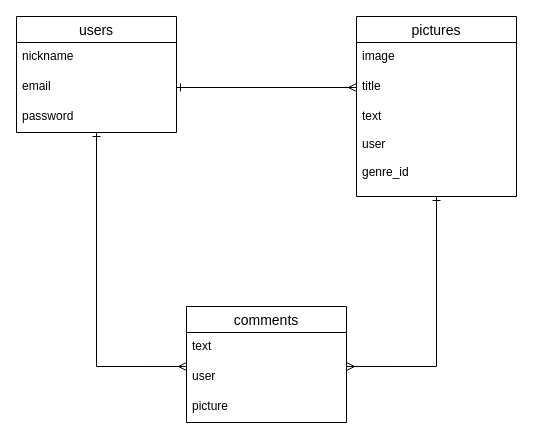
Earlier version of the draw.io diagram .dio (Hiroki-Sakurazawa/catch-22). Source tidied: cells renumbered, new cells numbered last; positions are measured from the earlier drawing's top-left corner, leaving out a move shared by most shapes. Both pictures are drawn from the tidied source at 100%, with x=0, y=0 at pixel (16, 16).
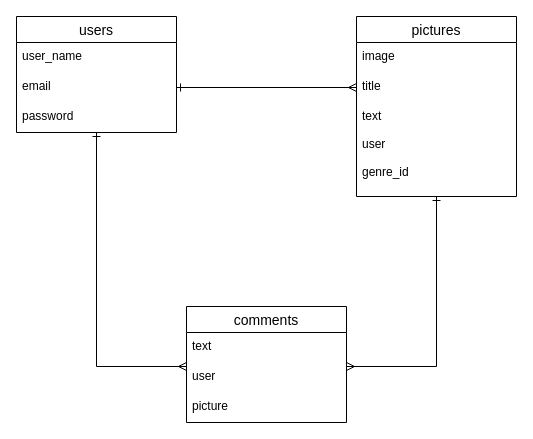
After the change.

Change to the diagram source:
```diff
@@
 <mxGraphModel>
   <root>
     <mxCell id="0" />
     <mxCell id="1" parent="0" />
     <mxCell id="2" style="edgeStyle=orthogonalEdgeStyle;rounded=0;jettySize=auto;html=1;entryX=0;entryY=0.133;entryDx=0;entryDy=0;entryPerimeter=0;startArrow=ERone;startFill=0;endArrow=ERmany;endFill=0;" parent="1" edge="1" source="3" target="14">
       <mxGeometry relative="1" as="geometry" />
     </mxCell>
     <mxCell id="3" value="users" style="swimlane;fontStyle=0;horizontal=1;startSize=26;align=center;fontSize=14;" parent="1" vertex="1">
       <mxGeometry width="160" height="116" as="geometry" />
     </mxCell>
-    <mxCell id="4" value="nickname" style="text;strokeColor=none;fillColor=none;spacingLeft=4;spacingRight=4;overflow=hidden;fontSize=12;" parent="3" vertex="1">
+    <mxCell id="4" value="user_name" style="text;strokeColor=none;fillColor=none;spacingLeft=4;spacingRight=4;overflow=hidden;fontSize=12;" parent="3" vertex="1">
       <mxGeometry y="26" width="160" height="30" as="geometry" />
     </mxCell>
     <mxCell id="5" value="email" style="text;strokeColor=none;fillColor=none;spacingLeft=4;spacingRight=4;overflow=hidden;points=[[0,0.5],[1,0.5]];portConstraint=eastwest;fontSize=12;" parent="3" vertex="1">
       <mxGeometry y="56" width="160" height="30" as="geometry" />
     </mxCell>
     <mxCell id="6" value="password" style="text;strokeColor=none;fillColor=none;spacingLeft=4;spacingRight=4;overflow=hidden;fontSize=12;" parent="3" vertex="1">
       <mxGeometry y="86" width="160" height="30" as="geometry" />
     </mxCell>
     <mxCell id="7" style="edgeStyle=orthogonalEdgeStyle;rounded=0;jettySize=auto;html=1;entryX=1;entryY=0.133;entryDx=0;entryDy=0;entryPerimeter=0;startArrow=ERone;startFill=0;endArrow=ERmany;endFill=0;" parent="1" edge="1" source="8" target="14">
       <mxGeometry relative="1" as="geometry" />
     </mxCell>
     <mxCell id="8" value="pictures" style="swimlane;fontStyle=0;horizontal=1;startSize=26;align=center;fontSize=14;" parent="1" vertex="1">
       <mxGeometry x="340" width="160" height="180" as="geometry" />
     </mxCell>
     <mxCell id="9" value="image" style="text;strokeColor=none;fillColor=none;spacingLeft=4;spacingRight=4;overflow=hidden;fontSize=12;" parent="8" vertex="1">
       <mxGeometry y="26" width="160" height="30" as="geometry" />
     </mxCell>
     <mxCell id="10" value="title" style="text;strokeColor=none;fillColor=none;spacingLeft=4;spacingRight=4;overflow=hidden;points=[[0,0.5],[1,0.5]];portConstraint=eastwest;fontSize=12;" parent="8" vertex="1">
       <mxGeometry y="56" width="160" height="30" as="geometry" />
     </mxCell>
     <mxCell id="11" value="text&#10;&#10;user&#10;&#10;genre_id" style="text;strokeColor=none;fillColor=none;spacingLeft=4;spacingRight=4;overflow=hidden;fontSize=12;" parent="8" vertex="1">
       <mxGeometry y="86" width="160" height="94" as="geometry" />
     </mxCell>
     <mxCell id="12" value="comments" style="swimlane;fontStyle=0;horizontal=1;startSize=26;align=center;fontSize=14;" parent="1" vertex="1">
       <mxGeometry x="170" y="290" width="160" height="116" as="geometry" />
     </mxCell>
     <mxCell id="13" value="text" style="text;strokeColor=none;fillColor=none;spacingLeft=4;spacingRight=4;overflow=hidden;fontSize=12;" parent="12" vertex="1">
       <mxGeometry y="26" width="160" height="30" as="geometry" />
     </mxCell>
     <mxCell id="14" value="user" style="text;strokeColor=none;fillColor=none;spacingLeft=4;spacingRight=4;overflow=hidden;points=[[0,0.5],[1,0.5]];portConstraint=eastwest;fontSize=12;" parent="12" vertex="1">
       <mxGeometry y="56" width="160" height="30" as="geometry" />
     </mxCell>
     <mxCell id="15" value="picture" style="text;strokeColor=none;fillColor=none;spacingLeft=4;spacingRight=4;overflow=hidden;fontSize=12;" parent="12" vertex="1">
       <mxGeometry y="86" width="160" height="30" as="geometry" />
     </mxCell>
     <mxCell id="16" style="edgeStyle=orthogonalEdgeStyle;rounded=0;jettySize=auto;html=1;exitX=1;exitY=0.5;exitDx=0;exitDy=0;entryX=0;entryY=0.5;entryDx=0;entryDy=0;endArrow=ERmany;endFill=0;startArrow=ERone;startFill=0;" parent="1" edge="1" source="5" target="10">
       <mxGeometry relative="1" as="geometry" />
     </mxCell>
   </root>
 </mxGraphModel>
```
